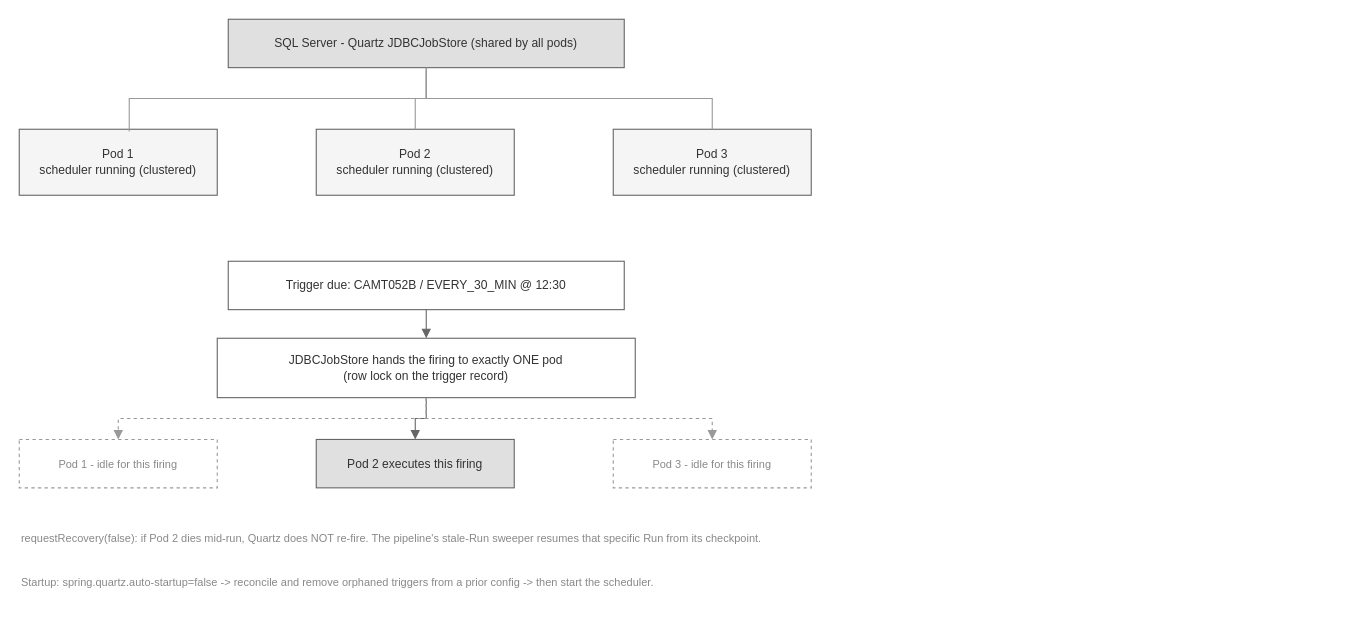
vijaykumarn/research keeps this draw.io diagram as page "4 - Clustered Quartz across pods" (4 of 4) of supervisor-project/02-design/scheduling/scheduling-flow.drawio. Above is the earlier version. Source tidied: cells renumbered, new cells numbered last; positions are measured from the earlier drawing's top-left corner, leaving out a move shared by most shapes. Both pictures are drawn from the tidied source at 110%, with x=0, y=0 at pixel (19, 19).
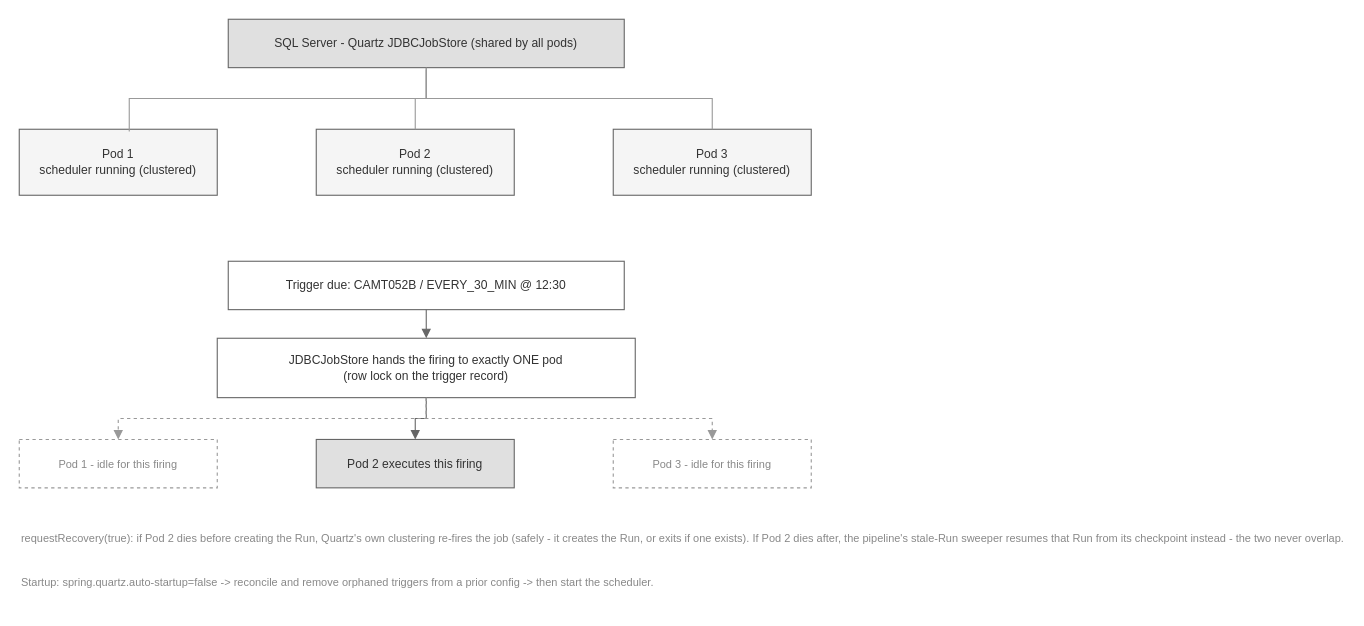
Above is the later version.

Commit message (it also covers changes not shown here):
docs: address review comments in scheduling

Change to the diagram source:
```diff
@@
-    <mxCell id="18" value="requestRecovery(false): if Pod 2 dies mid-run, Quartz does NOT re-fire. The pipeline's stale-Run sweeper resumes that specific Run from its checkpoint." style="text;html=1;align=left;verticalAlign=top;fontColor=#888888;fontSize=10;" parent="1" vertex="1">
+    <mxCell id="18" value="requestRecovery(true): if Pod 2 dies before creating the Run, Quartz's own clustering re-fires the job (safely - it creates the Run, or exits if one exists). If Pod 2 dies after, the pipeline's stale-Run sweeper resumes that Run from its checkpoint instead - the two never overlap." style="text;html=1;align=left;verticalAlign=top;fontColor=#888888;fontSize=10;" parent="1" vertex="1">
       <mxGeometry y="460" width="720" height="34" as="geometry" />
     </mxCell>
```
